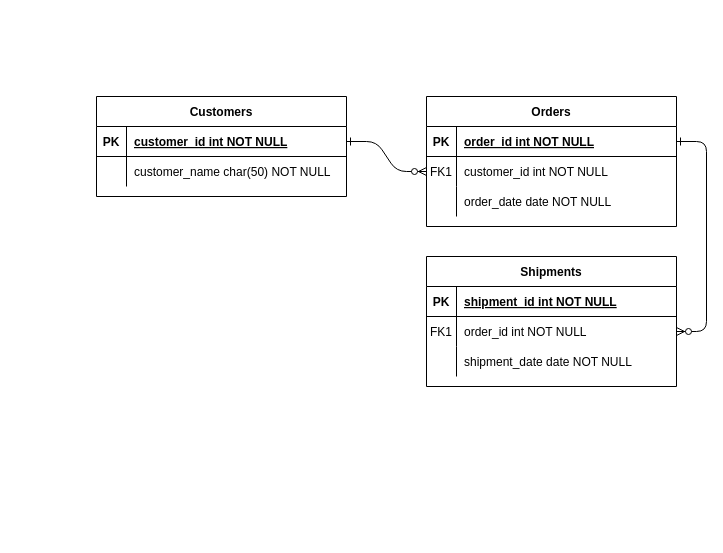
Earlier version of the draw.io diagram Untitled Diagram.drawio (matymcleod/BootcampX). Source tidied: cells renumbered, new cells numbered last; positions are measured from the earlier drawing's top-left corner, leaving out a move shared by most shapes. Both pictures are drawn from the tidied source at 100%, with x=0, y=0 at pixel (96, 96).
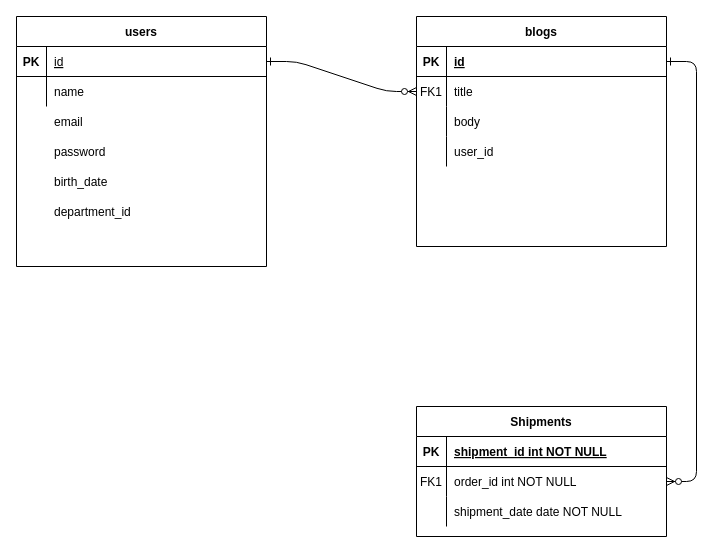
Above is the later version.

Unchanged cells that the change refers to:
```xml
<mxCell id="5" style="shape=partialRectangle;fillColor=none;points=[[0,0.5],[1,0.5]];portConstraint=eastwest;top=0;left=0;right=0;bottom=1;" parent="4" vertex="1">
  <mxGeometry y="30" width="250" height="30" as="geometry" />
</mxCell>
<mxCell id="8" style="shape=partialRectangle;fillColor=none;points=[[0,0.5],[1,0.5]];portConstraint=eastwest;top=0;left=0;right=0;bottom=0;" parent="4" vertex="1">
  <mxGeometry y="60" width="250" height="30" as="geometry" />
</mxCell>
<mxCell id="11" style="shape=partialRectangle;fillColor=none;top=0;left=0;right=0;bottom=0;" parent="4" vertex="1">
  <mxGeometry y="90" width="250" height="30" as="geometry" />
</mxCell>
<mxCell id="25" style="shape=partialRectangle;fillColor=none;points=[[0,0.5],[1,0.5]];portConstraint=eastwest;top=0;left=0;right=0;bottom=1;" parent="24" vertex="1">
  <mxGeometry y="30" width="250" height="30" as="geometry" />
</mxCell>
<mxCell id="28" style="shape=partialRectangle;fillColor=none;top=0;left=0;right=0;bottom=0;" parent="24" vertex="1">
  <mxGeometry y="60" width="250" height="30" as="geometry" />
</mxCell>
```

Change to the diagram source:
```diff
@@
-    <mxCell id="4" value="Orders" style="shape=table;startSize=30;childLayout=tableLayout;rowLines=0;fontStyle=1;align=center;" parent="1" vertex="1">
-      <mxGeometry x="330" width="250" height="130" as="geometry" />
+    <mxCell id="4" value="blogs" style="shape=table;startSize=30;childLayout=tableLayout;rowLines=0;fontStyle=1;align=center;" parent="1" vertex="1">
+      <mxGeometry x="320" y="-80" width="250" height="230" as="geometry" />
     </mxCell>
@@
-    <mxCell id="7" value="order_id int NOT NULL " style="shape=partialRectangle;overflow=hidden;fillColor=none;top=0;left=0;bottom=0;right=0;align=left;spacingLeft=6;fontStyle=5;" parent="5" vertex="1">
+    <mxCell id="7" value="id" style="shape=partialRectangle;overflow=hidden;fillColor=none;top=0;left=0;bottom=0;right=0;align=left;spacingLeft=6;fontStyle=5;" parent="5" vertex="1">
       <mxGeometry x="30" width="220" height="30" as="geometry" />
     </mxCell>
@@
-    <mxCell id="10" value="customer_id int NOT NULL" style="shape=partialRectangle;overflow=hidden;fillColor=none;top=0;left=0;bottom=0;right=0;align=left;spacingLeft=6;" parent="8" vertex="1">
+    <mxCell id="10" value="title" style="shape=partialRectangle;overflow=hidden;fillColor=none;top=0;left=0;bottom=0;right=0;align=left;spacingLeft=6;" parent="8" vertex="1">
       <mxGeometry x="30" width="220" height="30" as="geometry" />
     </mxCell>
@@
-    <mxCell id="13" value="order_date date NOT NULL" style="shape=partialRectangle;overflow=hidden;fillColor=none;top=0;left=0;bottom=0;right=0;align=left;spacingLeft=6;" parent="11" vertex="1">
+    <mxCell id="13" value="body" style="shape=partialRectangle;overflow=hidden;fillColor=none;top=0;left=0;bottom=0;right=0;align=left;spacingLeft=6;" parent="11" vertex="1">
       <mxGeometry x="30" width="220" height="30" as="geometry" />
     </mxCell>
+    <mxCell id="31" style="shape=partialRectangle;fillColor=none;top=0;left=0;right=0;bottom=0;" parent="4" vertex="1">
+      <mxGeometry y="120" width="250" height="30" as="geometry" />
+    </mxCell>
+    <mxCell id="32" style="shape=partialRectangle;overflow=hidden;fillColor=none;top=0;left=0;bottom=0;right=0;" parent="31" vertex="1">
+      <mxGeometry width="30" height="30" as="geometry" />
+    </mxCell>
+    <mxCell id="33" value="user_id" style="shape=partialRectangle;overflow=hidden;fillColor=none;top=0;left=0;bottom=0;right=0;align=left;spacingLeft=6;" parent="31" vertex="1">
+      <mxGeometry x="30" width="220" height="30" as="geometry" />
+    </mxCell>
     <mxCell id="14" value="Shipments" style="shape=table;startSize=30;childLayout=tableLayout;rowLines=0;fontStyle=1;align=center;" parent="1" vertex="1">
-      <mxGeometry x="330" y="160" width="250" height="130" as="geometry" />
+      <mxGeometry x="320" y="310" width="250" height="130" as="geometry" />
     </mxCell>
@@
-    <mxCell id="24" value="Customers" style="shape=table;startSize=30;childLayout=tableLayout;rowLines=0;fontStyle=1;align=center;" parent="1" vertex="1">
-      <mxGeometry width="250" height="100" as="geometry" />
+    <mxCell id="24" value="users" style="shape=table;startSize=30;childLayout=tableLayout;rowLines=0;fontStyle=1;align=center;" parent="1" vertex="1">
+      <mxGeometry x="-80" y="-80" width="250" height="250" as="geometry" />
     </mxCell>
@@
-    <mxCell id="27" value="customer_id int NOT NULL " style="shape=partialRectangle;overflow=hidden;fillColor=none;top=0;left=0;bottom=0;right=0;align=left;spacingLeft=6;fontStyle=5;" parent="25" vertex="1">
+    <mxCell id="27" value="id" style="shape=partialRectangle;overflow=hidden;fillColor=none;top=0;left=0;bottom=0;right=0;align=left;spacingLeft=6;fontStyle=4;" parent="25" vertex="1">
       <mxGeometry x="30" width="220" height="30" as="geometry" />
     </mxCell>
@@
-    <mxCell id="30" value="customer_name char(50) NOT NULL" style="shape=partialRectangle;overflow=hidden;fillColor=none;top=0;left=0;bottom=0;right=0;align=left;spacingLeft=6;" parent="28" vertex="1">
+    <mxCell id="30" value="name" style="shape=partialRectangle;overflow=hidden;fillColor=none;top=0;left=0;bottom=0;right=0;align=left;spacingLeft=6;" parent="28" vertex="1">
       <mxGeometry x="30" width="220" height="30" as="geometry" />
     </mxCell>
+    <mxCell id="34" value="email" style="shape=partialRectangle;overflow=hidden;fillColor=none;top=0;left=0;bottom=0;right=0;align=left;spacingLeft=6;" parent="1" vertex="1">
+      <mxGeometry x="-50" y="10" width="220" height="30" as="geometry" />
+    </mxCell>
+    <mxCell id="35" value="password" style="shape=partialRectangle;overflow=hidden;fillColor=none;top=0;left=0;bottom=0;right=0;align=left;spacingLeft=6;" parent="1" vertex="1">
+      <mxGeometry x="-50" y="40" width="220" height="30" as="geometry" />
+    </mxCell>
+    <mxCell id="36" value="birth_date" style="shape=partialRectangle;overflow=hidden;fillColor=none;top=0;left=0;bottom=0;right=0;align=left;spacingLeft=6;" parent="1" vertex="1">
+      <mxGeometry x="-50" y="70" width="220" height="30" as="geometry" />
+    </mxCell>
+    <mxCell id="37" value="department_id" style="shape=partialRectangle;overflow=hidden;fillColor=none;top=0;left=0;bottom=0;right=0;align=left;spacingLeft=6;" parent="1" vertex="1">
+      <mxGeometry x="-50" y="100" width="220" height="30" as="geometry" />
+    </mxCell>
```
